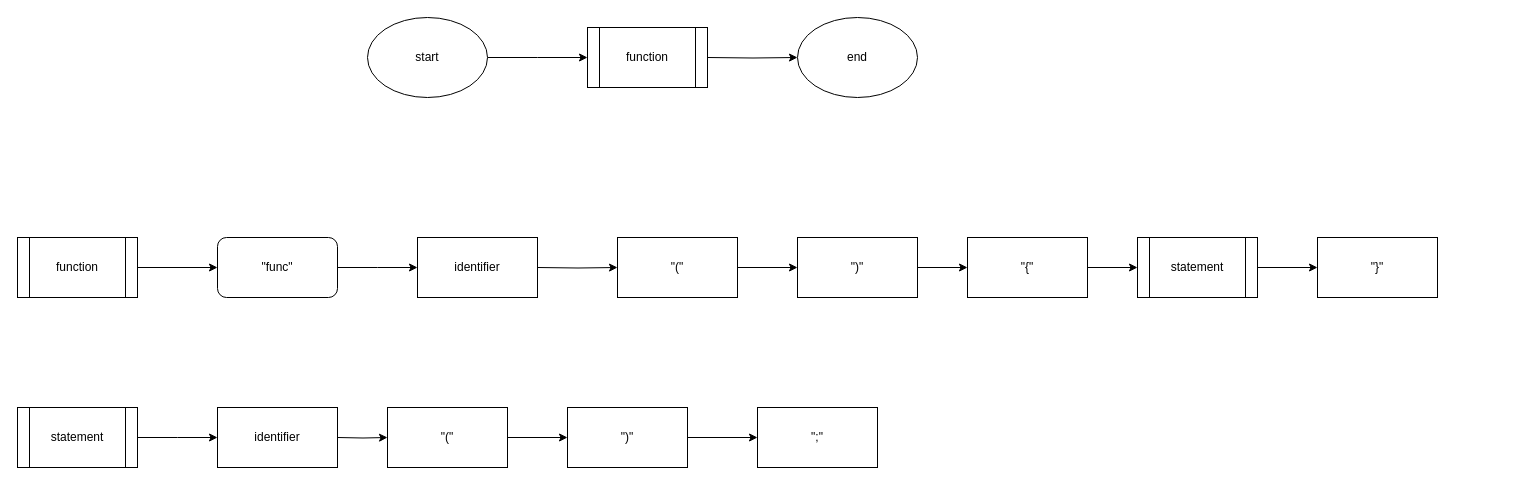
DavidC1999/C2 keeps this draw.io diagram as grammar.drawio. Above is the earlier version. Source tidied: cells renumbered, new cells numbered last; positions are measured from the earlier drawing's top-left corner, leaving out a move shared by most shapes. Both pictures are drawn from the tidied source at 100%, with x=0, y=0 at pixel (17, 17).
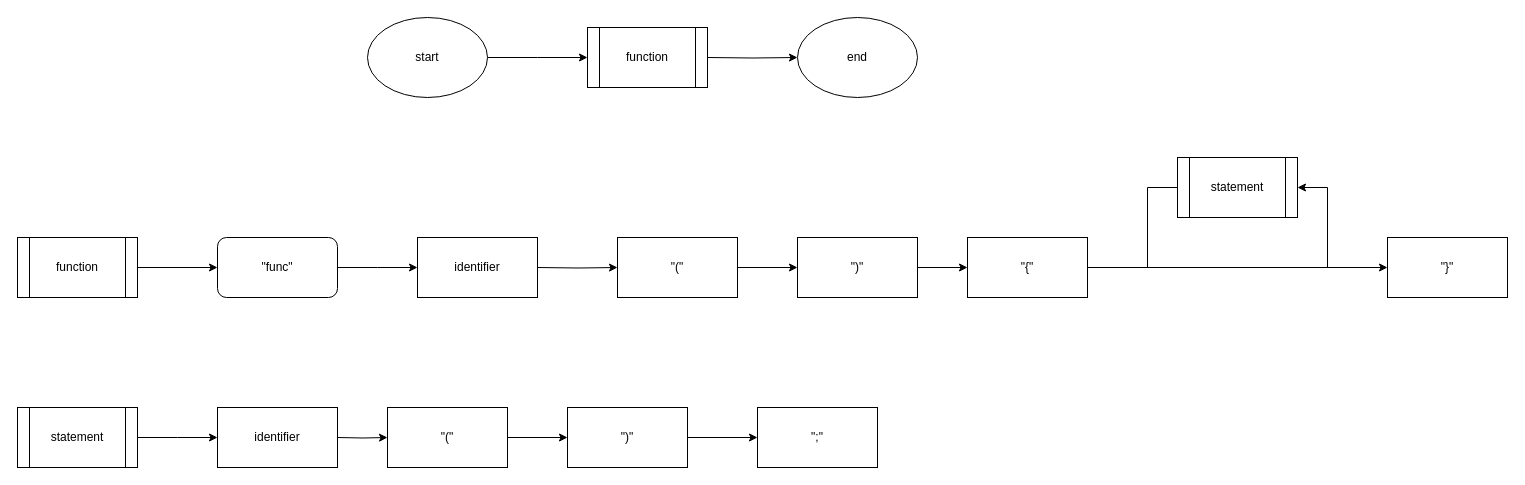
Above is the later version.

The change refers to these unchanged cells:
```xml
<mxCell id="17" value="&quot;{&quot;" style="rounded=0;whiteSpace=wrap;html=1;" parent="1" vertex="1">
  <mxGeometry x="950" y="220" width="120" height="60" as="geometry" />
</mxCell>
```

The edit, as a diff of the source:
```diff
@@
-    <mxCell id="16" style="edgeStyle=orthogonalEdgeStyle;rounded=0;jettySize=auto;html=1;" parent="1" edge="1" source="17" target="19">
-      <mxGeometry relative="1" as="geometry" />
-    </mxCell>
+    <mxCell id="31" style="edgeStyle=orthogonalEdgeStyle;rounded=0;jettySize=auto;html=1;" parent="1" edge="1" source="17" target="20">
+      <mxGeometry relative="1" as="geometry" />
+    </mxCell>
@@
-    <mxCell id="18" style="edgeStyle=orthogonalEdgeStyle;rounded=0;jettySize=auto;html=1;" parent="1" edge="1" source="19" target="20">
-      <mxGeometry relative="1" as="geometry" />
-    </mxCell>
     <mxCell id="19" value="statement" style="shape=process;whiteSpace=wrap;html=1;backgroundOutline=1;" parent="1" vertex="1">
-      <mxGeometry x="1120" y="220" width="120" height="60" as="geometry" />
+      <mxGeometry x="1160" y="140" width="120" height="60" as="geometry" />
     </mxCell>
     <mxCell id="20" value="&quot;}&quot;" style="rounded=0;whiteSpace=wrap;html=1;" parent="1" vertex="1">
-      <mxGeometry x="1300" y="220" width="120" height="60" as="geometry" />
+      <mxGeometry x="1370" y="220" width="120" height="60" as="geometry" />
     </mxCell>
@@
+    <mxCell id="32" style="endArrow=classic;html=1;rounded=0;edgeStyle=orthogonalEdgeStyle;" parent="1" edge="1" target="19">
+      <mxGeometry relative="1" as="geometry">
+        <mxPoint x="1320" y="250" as="sourcePoint" />
+        <Array as="points">
+          <mxPoint x="1310" y="250" />
+          <mxPoint x="1310" y="170" />
+        </Array>
+      </mxGeometry>
+    </mxCell>
+    <mxCell id="33" style="endArrow=none;html=1;rounded=0;edgeStyle=orthogonalEdgeStyle;" parent="1" edge="1" target="19">
+      <mxGeometry relative="1" as="geometry">
+        <mxPoint x="1120" y="250" as="sourcePoint" />
+        <Array as="points">
+          <mxPoint x="1130" y="250" />
+          <mxPoint x="1130" y="170" />
+        </Array>
+      </mxGeometry>
+    </mxCell>
```
